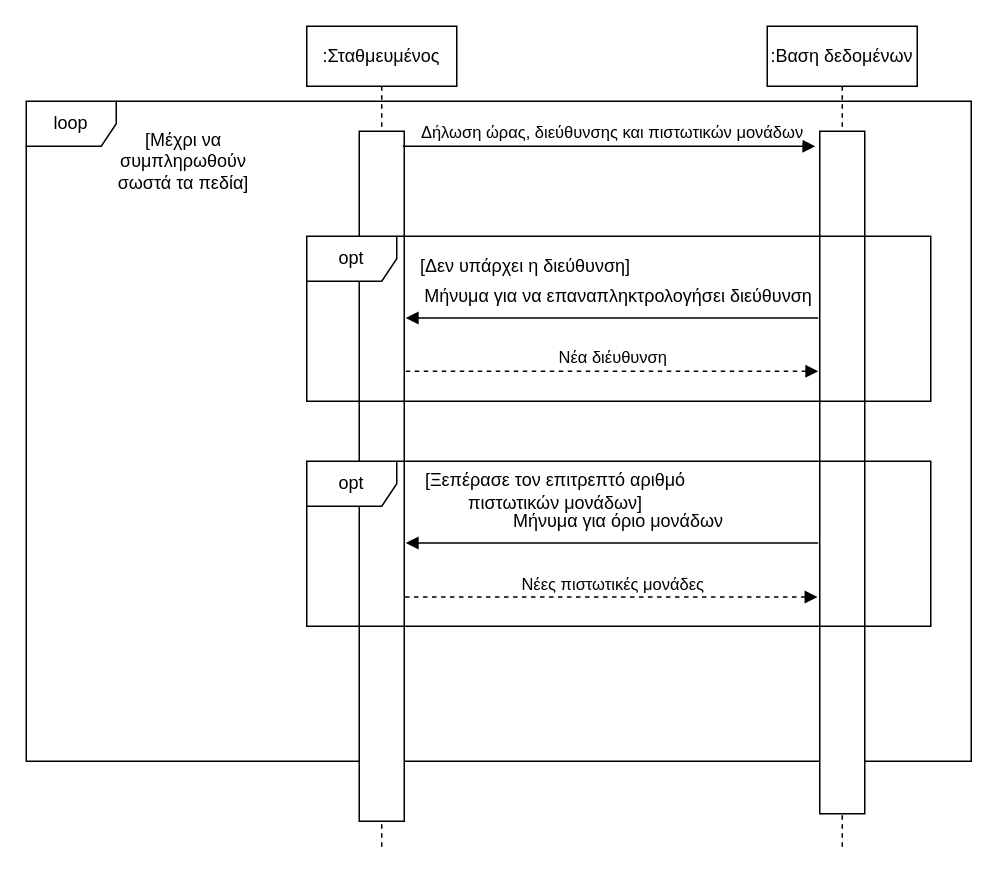
Earlier version of the draw.io diagram requirements/DRAWIO files/Διαθεσιμότητα_της_θέσης_στάθμευσης_SEQUENCE.drawio (ntinouldinho/Parking-App). Source tidied: cells renumbered, new cells numbered last; positions are measured from the earlier drawing's top-left corner, leaving out a move shared by most shapes. Both pictures are drawn from the tidied source at 150%, with x=0, y=0 at pixel (26, 26).
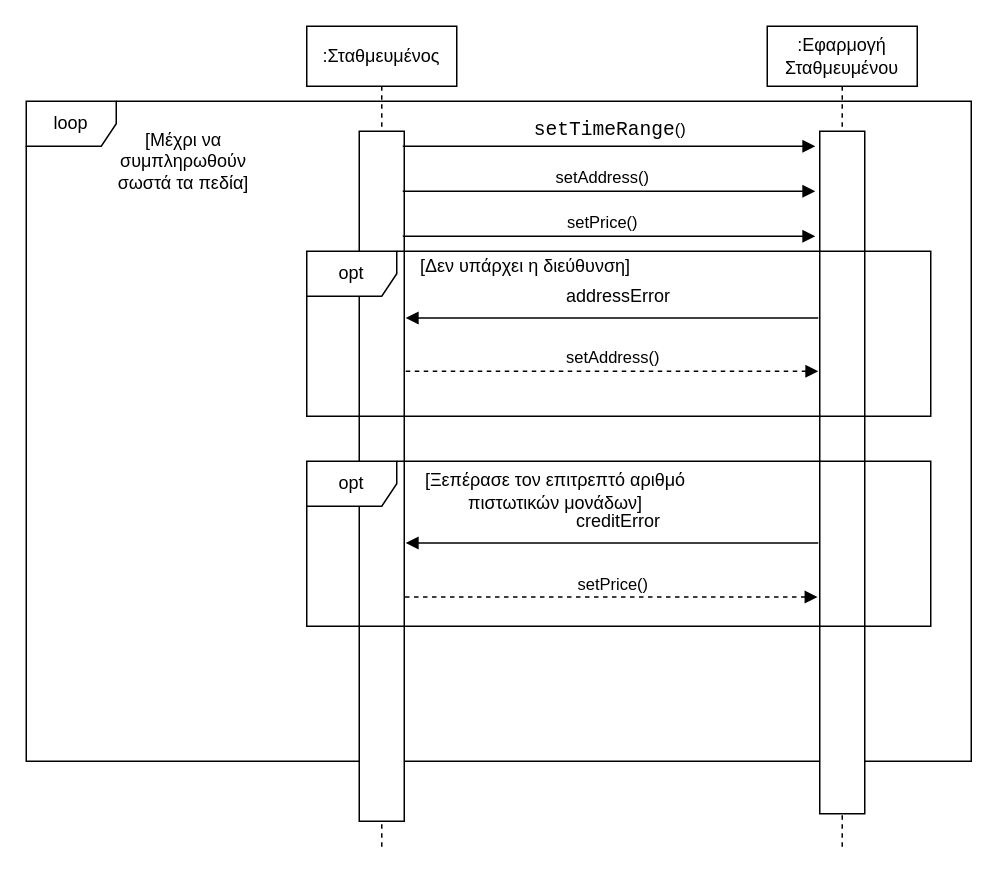
The same page after the edit.

The edit, as a diff of the source:
```diff
@@
-    <mxCell id="5" value=":Βαση δεδομένων" style="shape=umlLifeline;perimeter=lifelinePerimeter;whiteSpace=wrap;html=1;" parent="1" vertex="1">
-      <mxGeometry x="494" width="100" height="550" as="geometry" />
-    </mxCell>
+    <mxCell id="19" value=":Εφαρμογή Σταθμευμένου" style="shape=umlLifeline;perimeter=lifelinePerimeter;whiteSpace=wrap;html=1;" parent="1" vertex="1">
+      <mxGeometry x="494" width="100" height="550" as="geometry" />
+    </mxCell>
-    <mxCell id="6" style="rounded=0;whiteSpace=wrap;html=1;" parent="5" vertex="1">
+    <mxCell id="6" style="rounded=0;whiteSpace=wrap;html=1;" parent="19" vertex="1">
       <mxGeometry x="35" y="70" width="30" height="455" as="geometry" />
     </mxCell>
-    <mxCell id="7" value="opt" style="shape=umlFrame;whiteSpace=wrap;html=1;" parent="1" vertex="1">
-      <mxGeometry x="187" y="140" width="416" height="110" as="geometry" />
-    </mxCell>
-    <mxCell id="8" value="&amp;nbsp;Δήλωση ώρας, διεύθυνσης και πιστωτικών μονάδων" style="html=1;verticalAlign=bottom;endArrow=block;" parent="1" edge="1">
-      <mxGeometry relative="1" as="geometry">
-        <mxPoint x="251" y="80" as="sourcePoint" />
-        <mxPoint x="526" y="80" as="targetPoint" />
-      </mxGeometry>
-    </mxCell>
-    <mxCell id="9" style="html=1;verticalAlign=bottom;endArrow=block;" parent="1" edge="1">
-      <mxGeometry x="0.35" y="-10" relative="1" as="geometry">
-        <mxPoint x="528" y="194.5" as="sourcePoint" />
-        <mxPoint x="253" y="194.5" as="targetPoint" />
-      </mxGeometry>
-    </mxCell>
-    <mxCell id="10" value="opt" style="shape=umlFrame;whiteSpace=wrap;html=1;" parent="1" vertex="1">
-      <mxGeometry x="187" y="290" width="416" height="110" as="geometry" />
-    </mxCell>
-    <mxCell id="11" style="html=1;verticalAlign=bottom;endArrow=block;" parent="1" edge="1">
-      <mxGeometry x="0.35" y="-10" relative="1" as="geometry">
-        <mxPoint x="528" y="344.5" as="sourcePoint" />
-        <mxPoint x="253" y="344.5" as="targetPoint" />
-      </mxGeometry>
-    </mxCell>
+    <mxCell id="20" value="opt" style="shape=umlFrame;whiteSpace=wrap;html=1;" parent="1" vertex="1">
+      <mxGeometry x="187" y="150" width="416" height="110" as="geometry" />
+    </mxCell>
+    <mxCell id="21" value="&lt;span style=&quot;font-family: &amp;#34;consolas&amp;#34; ; font-size: 9.8pt&quot;&gt;setTimeRange&lt;/span&gt;()" style="html=1;verticalAlign=bottom;endArrow=block;" parent="1" edge="1">
+      <mxGeometry relative="1" as="geometry">
+        <mxPoint x="251" y="80" as="sourcePoint" />
+        <mxPoint x="526" y="80" as="targetPoint" />
+      </mxGeometry>
+    </mxCell>
+    <mxCell id="22" style="html=1;verticalAlign=bottom;endArrow=block;" parent="1" edge="1">
+      <mxGeometry x="0.35" y="-10" relative="1" as="geometry">
+        <mxPoint x="528" y="194.5" as="sourcePoint" />
+        <mxPoint x="253" y="194.5" as="targetPoint" />
+      </mxGeometry>
+    </mxCell>
+    <mxCell id="23" value="opt" style="shape=umlFrame;whiteSpace=wrap;html=1;" parent="1" vertex="1">
+      <mxGeometry x="187" y="290" width="416" height="110" as="geometry" />
+    </mxCell>
+    <mxCell id="24" style="html=1;verticalAlign=bottom;endArrow=block;" parent="1" edge="1">
+      <mxGeometry x="0.35" y="-10" relative="1" as="geometry">
+        <mxPoint x="528" y="344.5" as="sourcePoint" />
+        <mxPoint x="253" y="344.5" as="targetPoint" />
+      </mxGeometry>
+    </mxCell>
@@
-    <mxCell id="14" value="Μήνυμα για να επαναπληκτρολογήσει διεύθυνση" style="text;html=1;strokeColor=none;fillColor=none;align=center;verticalAlign=middle;whiteSpace=wrap;rounded=0;" parent="1" vertex="1">
-      <mxGeometry x="264" y="170" width="262" height="20" as="geometry" />
-    </mxCell>
-    <mxCell id="15" value="Νέα διέυθυνση" style="html=1;verticalAlign=bottom;endArrow=block;dashed=1;" parent="1" edge="1">
-      <mxGeometry relative="1" as="geometry">
-        <mxPoint x="253" y="230" as="sourcePoint" />
-        <mxPoint x="528" y="230" as="targetPoint" />
-      </mxGeometry>
-    </mxCell>
-    <mxCell id="16" value="Νέες πιστωτικές μονάδες" style="html=1;verticalAlign=bottom;endArrow=block;dashed=1;" parent="1" edge="1">
-      <mxGeometry relative="1" as="geometry">
-        <mxPoint x="252.5" y="380.5" as="sourcePoint" />
-        <mxPoint x="527.5" y="380.5" as="targetPoint" />
-      </mxGeometry>
-    </mxCell>
-    <mxCell id="17" value="Μήνυμα για όριο μονάδων" style="text;html=1;strokeColor=none;fillColor=none;align=center;verticalAlign=middle;whiteSpace=wrap;rounded=0;" parent="1" vertex="1">
-      <mxGeometry x="264" y="320" width="262" height="20" as="geometry" />
-    </mxCell>
+    <mxCell id="25" value="addressError" style="text;html=1;strokeColor=none;fillColor=none;align=center;verticalAlign=middle;whiteSpace=wrap;rounded=0;" parent="1" vertex="1">
+      <mxGeometry x="264" y="170" width="262" height="20" as="geometry" />
+    </mxCell>
+    <mxCell id="26" value="setAddress()" style="html=1;verticalAlign=bottom;endArrow=block;dashed=1;" parent="1" edge="1">
+      <mxGeometry relative="1" as="geometry">
+        <mxPoint x="253" y="230" as="sourcePoint" />
+        <mxPoint x="528" y="230" as="targetPoint" />
+      </mxGeometry>
+    </mxCell>
+    <mxCell id="27" value="setPrice()" style="html=1;verticalAlign=bottom;endArrow=block;dashed=1;" parent="1" edge="1">
+      <mxGeometry relative="1" as="geometry">
+        <mxPoint x="252.5" y="380.5" as="sourcePoint" />
+        <mxPoint x="527.5" y="380.5" as="targetPoint" />
+      </mxGeometry>
+    </mxCell>
+    <mxCell id="28" value="creditError" style="text;html=1;strokeColor=none;fillColor=none;align=center;verticalAlign=middle;whiteSpace=wrap;rounded=0;" parent="1" vertex="1">
+      <mxGeometry x="264" y="320" width="262" height="20" as="geometry" />
+    </mxCell>
@@
+    <mxCell id="29" value="setAddress()" style="html=1;verticalAlign=bottom;endArrow=block;" parent="1" edge="1">
+      <mxGeometry x="-0.04" relative="1" as="geometry">
+        <mxPoint x="251" y="110" as="sourcePoint" />
+        <mxPoint x="526" y="110" as="targetPoint" />
+        <mxPoint x="1" as="offset" />
+      </mxGeometry>
+    </mxCell>
+    <mxCell id="30" value="setPrice()" style="html=1;verticalAlign=bottom;endArrow=block;" parent="1" edge="1">
+      <mxGeometry x="-0.04" relative="1" as="geometry">
+        <mxPoint x="251" y="140" as="sourcePoint" />
+        <mxPoint x="526" y="140" as="targetPoint" />
+        <mxPoint x="1" as="offset" />
+      </mxGeometry>
+    </mxCell>
```
